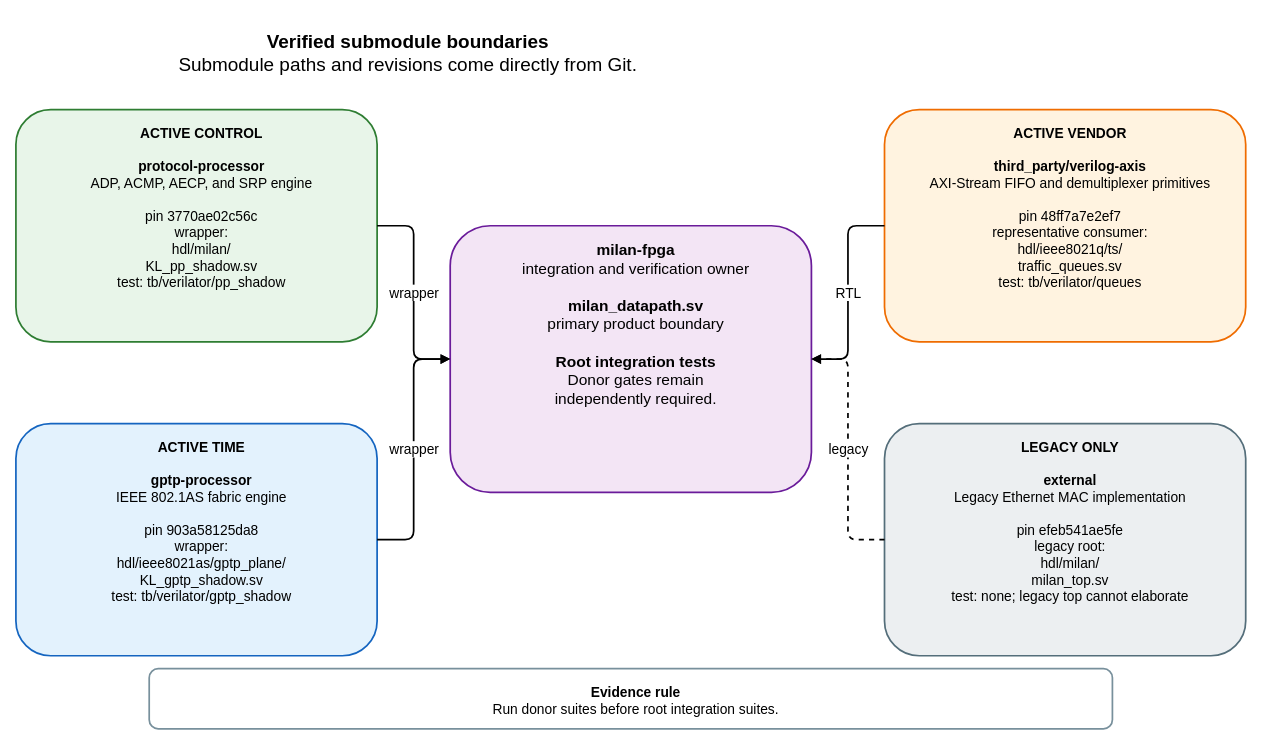
The draw.io diagram docs/diagrams/submodule_boundaries.drawio in kebag-logic/milan-fpga, before the edit. Source tidied: cells renumbered, new cells numbered last; positions are measured from the earlier drawing's top-left corner, leaving out a move shared by most shapes. Both pictures are drawn from the tidied source at 86%, with x=0, y=0 at pixel (15, 15).
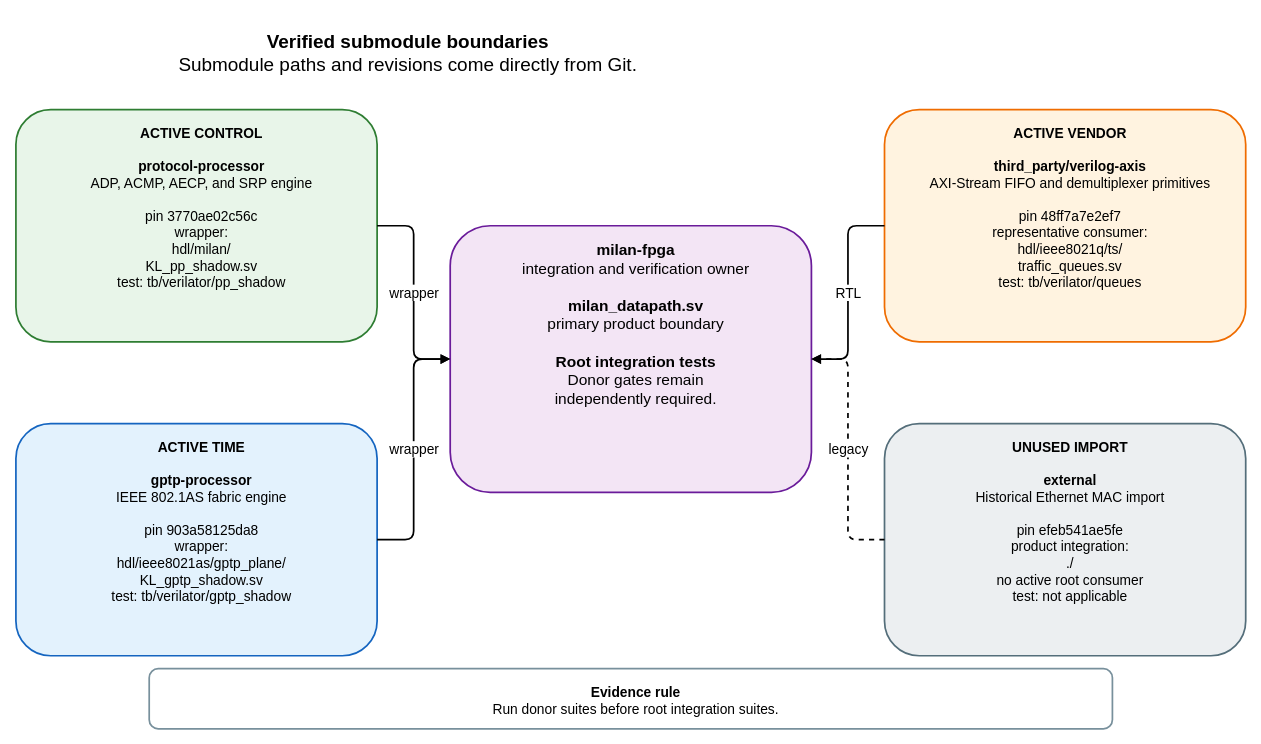
Above is the later version.

Change to the diagram source:
```diff
@@
 <mxGraphModel>
   <root>
     <mxCell id="0" />
     <mxCell id="1" parent="0" />
     <mxCell id="2" value="&lt;b&gt;Verified submodule boundaries&lt;/b&gt;&lt;br&gt;Submodule paths and revisions come directly from Git." style="rounded=1;whiteSpace=wrap;html=1;verticalAlign=top;spacingTop=12;spacingLeft=12;fontSize=22;fontFamily=Helvetica;fillColor=none;strokeColor=none;strokeWidth=2;" parent="1" vertex="1">
       <mxGeometry width="900" height="65" as="geometry" />
     </mxCell>
     <mxCell id="3" value="&lt;b&gt;milan-fpga&lt;/b&gt;&lt;br&gt;integration and verification owner&lt;br&gt;&lt;br&gt;&lt;b&gt;milan_datapath.sv&lt;/b&gt;&lt;br&gt;primary product boundary&lt;br&gt;&lt;br&gt;&lt;b&gt;Root integration tests&lt;/b&gt;&lt;br&gt;Donor gates remain&lt;br&gt;independently required." style="rounded=1;whiteSpace=wrap;html=1;verticalAlign=top;spacingTop=12;spacingLeft=12;fontSize=18;fontFamily=Helvetica;fillColor=#F3E5F5;strokeColor=#6A1B9A;strokeWidth=2;" parent="1" vertex="1">
       <mxGeometry x="505" y="245" width="420" height="310" as="geometry" />
     </mxCell>
     <mxCell id="4" value="&lt;b&gt;ACTIVE CONTROL&lt;/b&gt;&lt;br&gt;&lt;br&gt;&lt;b&gt;protocol-processor&lt;/b&gt;&lt;br&gt;ADP, ACMP, AECP, and SRP engine&lt;br&gt;&lt;br&gt;pin 3770ae02c56c&lt;br&gt;wrapper:&lt;br&gt;hdl/milan/&lt;br&gt;KL_pp_shadow.sv&lt;br&gt;test: tb/verilator/pp_shadow" style="rounded=1;whiteSpace=wrap;html=1;verticalAlign=top;spacingTop=12;spacingLeft=12;fontSize=16;fontFamily=Helvetica;fillColor=#E8F5E9;strokeColor=#2E7D32;strokeWidth=2;" parent="1" vertex="1">
       <mxGeometry y="110" width="420" height="270" as="geometry" />
     </mxCell>
     <mxCell id="5" value="&lt;b&gt;ACTIVE TIME&lt;/b&gt;&lt;br&gt;&lt;br&gt;&lt;b&gt;gptp-processor&lt;/b&gt;&lt;br&gt;IEEE 802.1AS fabric engine&lt;br&gt;&lt;br&gt;pin 903a58125da8&lt;br&gt;wrapper:&lt;br&gt;hdl/ieee8021as/gptp_plane/&lt;br&gt;KL_gptp_shadow.sv&lt;br&gt;test: tb/verilator/gptp_shadow" style="rounded=1;whiteSpace=wrap;html=1;verticalAlign=top;spacingTop=12;spacingLeft=12;fontSize=16;fontFamily=Helvetica;fillColor=#E3F2FD;strokeColor=#1565C0;strokeWidth=2;" parent="1" vertex="1">
       <mxGeometry y="475" width="420" height="270" as="geometry" />
     </mxCell>
     <mxCell id="6" value="&lt;b&gt;ACTIVE VENDOR&lt;/b&gt;&lt;br&gt;&lt;br&gt;&lt;b&gt;third_party/verilog-axis&lt;/b&gt;&lt;br&gt;AXI-Stream FIFO and demultiplexer primitives&lt;br&gt;&lt;br&gt;pin 48ff7a7e2ef7&lt;br&gt;representative consumer:&lt;br&gt;hdl/ieee8021q/ts/&lt;br&gt;traffic_queues.sv&lt;br&gt;test: tb/verilator/queues" style="rounded=1;whiteSpace=wrap;html=1;verticalAlign=top;spacingTop=12;spacingLeft=12;fontSize=16;fontFamily=Helvetica;fillColor=#FFF3E0;strokeColor=#EF6C00;strokeWidth=2;" parent="1" vertex="1">
       <mxGeometry x="1010" y="110" width="420" height="270" as="geometry" />
     </mxCell>
-    <mxCell id="7" value="&lt;b&gt;LEGACY ONLY&lt;/b&gt;&lt;br&gt;&lt;br&gt;&lt;b&gt;external&lt;/b&gt;&lt;br&gt;Legacy Ethernet MAC implementation&lt;br&gt;&lt;br&gt;pin efeb541ae5fe&lt;br&gt;legacy root:&lt;br&gt;hdl/milan/&lt;br&gt;milan_top.sv&lt;br&gt;test: none; legacy top cannot elaborate" style="rounded=1;whiteSpace=wrap;html=1;verticalAlign=top;spacingTop=12;spacingLeft=12;fontSize=16;fontFamily=Helvetica;fillColor=#ECEFF1;strokeColor=#546E7A;strokeWidth=2;" parent="1" vertex="1">
+    <mxCell id="7" value="&lt;b&gt;UNUSED IMPORT&lt;/b&gt;&lt;br&gt;&lt;br&gt;&lt;b&gt;external&lt;/b&gt;&lt;br&gt;Historical Ethernet MAC import&lt;br&gt;&lt;br&gt;pin efeb541ae5fe&lt;br&gt;product integration:&lt;br&gt;./&lt;br&gt;no active root consumer&lt;br&gt;test: not applicable" style="rounded=1;whiteSpace=wrap;html=1;verticalAlign=top;spacingTop=12;spacingLeft=12;fontSize=16;fontFamily=Helvetica;fillColor=#ECEFF1;strokeColor=#546E7A;strokeWidth=2;" parent="1" vertex="1">
       <mxGeometry x="1010" y="475" width="420" height="270" as="geometry" />
     </mxCell>
     <mxCell id="8" value="wrapper" style="edgeStyle=orthogonalEdgeStyle;rounded=1;jettySize=auto;html=1;endArrow=block;endFill=1;strokeWidth=2;fontSize=16;fontFamily=Helvetica;labelBackgroundColor=#FFFFFF;" parent="1" edge="1" source="4" target="3">
       <mxGeometry relative="1" as="geometry" />
     </mxCell>
     <mxCell id="9" value="wrapper" style="edgeStyle=orthogonalEdgeStyle;rounded=1;jettySize=auto;html=1;endArrow=block;endFill=1;strokeWidth=2;fontSize=16;fontFamily=Helvetica;labelBackgroundColor=#FFFFFF;" parent="1" edge="1" source="5" target="3">
       <mxGeometry relative="1" as="geometry" />
     </mxCell>
     <mxCell id="10" value="RTL" style="edgeStyle=orthogonalEdgeStyle;rounded=1;jettySize=auto;html=1;endArrow=block;endFill=1;strokeWidth=2;fontSize=16;fontFamily=Helvetica;labelBackgroundColor=#FFFFFF;" parent="1" edge="1" source="6" target="3">
       <mxGeometry relative="1" as="geometry" />
     </mxCell>
     <mxCell id="11" value="legacy" style="edgeStyle=orthogonalEdgeStyle;rounded=1;jettySize=auto;html=1;endArrow=block;endFill=1;strokeWidth=2;fontSize=16;fontFamily=Helvetica;labelBackgroundColor=#FFFFFF;dashed=1;" parent="1" edge="1" source="7" target="3">
       <mxGeometry relative="1" as="geometry" />
     </mxCell>
     <mxCell id="12" value="&lt;b&gt;Evidence rule&lt;/b&gt;&lt;br&gt;Run donor suites before root integration suites." style="rounded=1;whiteSpace=wrap;html=1;verticalAlign=top;spacingTop=12;spacingLeft=12;fontSize=16;fontFamily=Helvetica;fillColor=#FFFFFF;strokeColor=#78909C;strokeWidth=2;" parent="1" vertex="1">
       <mxGeometry x="155" y="760" width="1120" height="70" as="geometry" />
     </mxCell>
   </root>
 </mxGraphModel>
```
